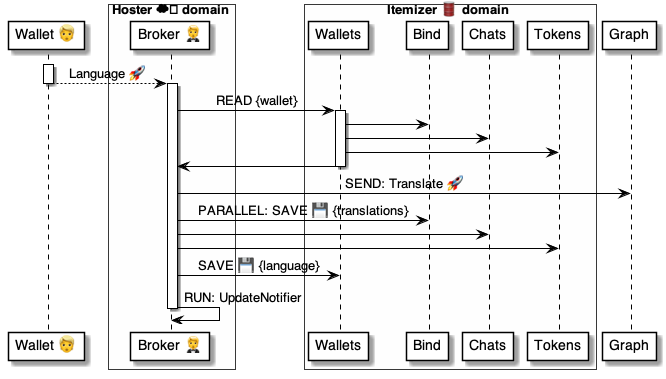
The PlantUML diagram 4 ⚙️ Solution/20 🧑‍🦰 UI/Brokers 🤵/🤵🅰️ Broker methods/Wallets 🧑‍🦰 Language 🧑‍🦰🐌🤵/🤵 Language ⚙️ uml.png in pollyweb-org/pollyweb-docs, before a commit. Its source is kept beside it as 4 ⚙️ Solution/20 🧑‍🦰 UI/Brokers 🤵/🤵🅰️ Broker methods/Wallets 🧑‍🦰 Language 🧑‍🦰🐌🤵/🤵 Language ⚙️ uml.puml.
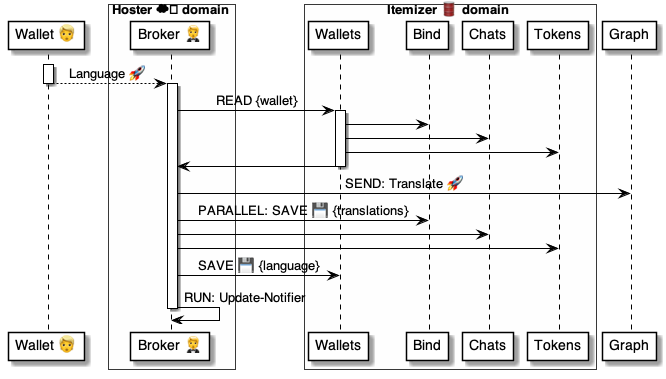
Above is the later version.

Change to the diagram source:
```diff
@@ -37,7 +37,7 @@
     broker -> tokens:
     broker -> wallets: SAVE 💾 {language}
 
-    broker -> broker: RUN: UpdateNotifier
+    broker -> broker: RUN: Update-Notifier
 deactivate broker
 
 
```
